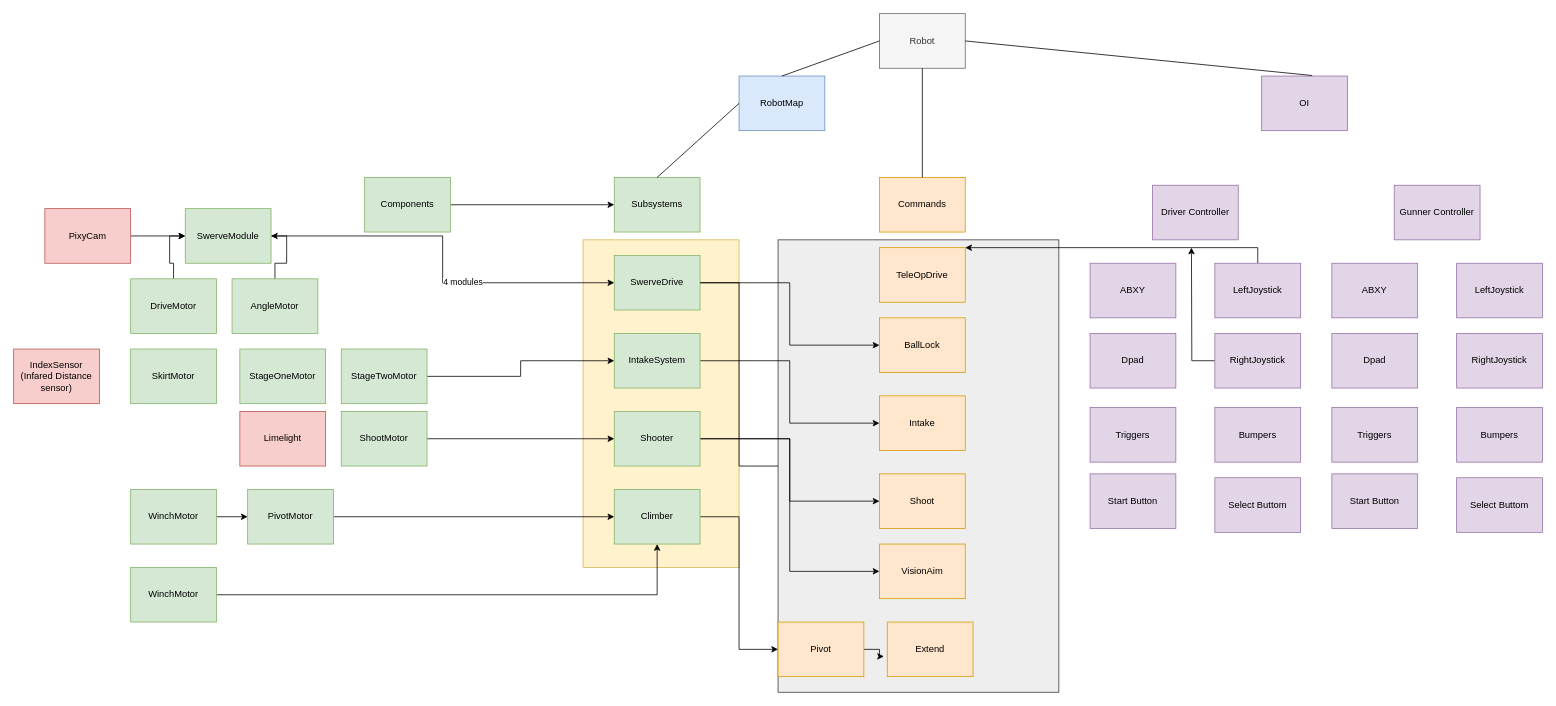
Above: 2022RapidReact/Code Diagram.drawio in FHS-Robotics/FRC-VSCode-Team5866 (draw.io), before the change. Source tidied: cells renumbered, new cells numbered last; positions are measured from the earlier drawing's top-left corner, leaving out a move shared by most shapes. Both pictures are drawn from the tidied source at 78%, with x=0, y=0 at pixel (13, 13).
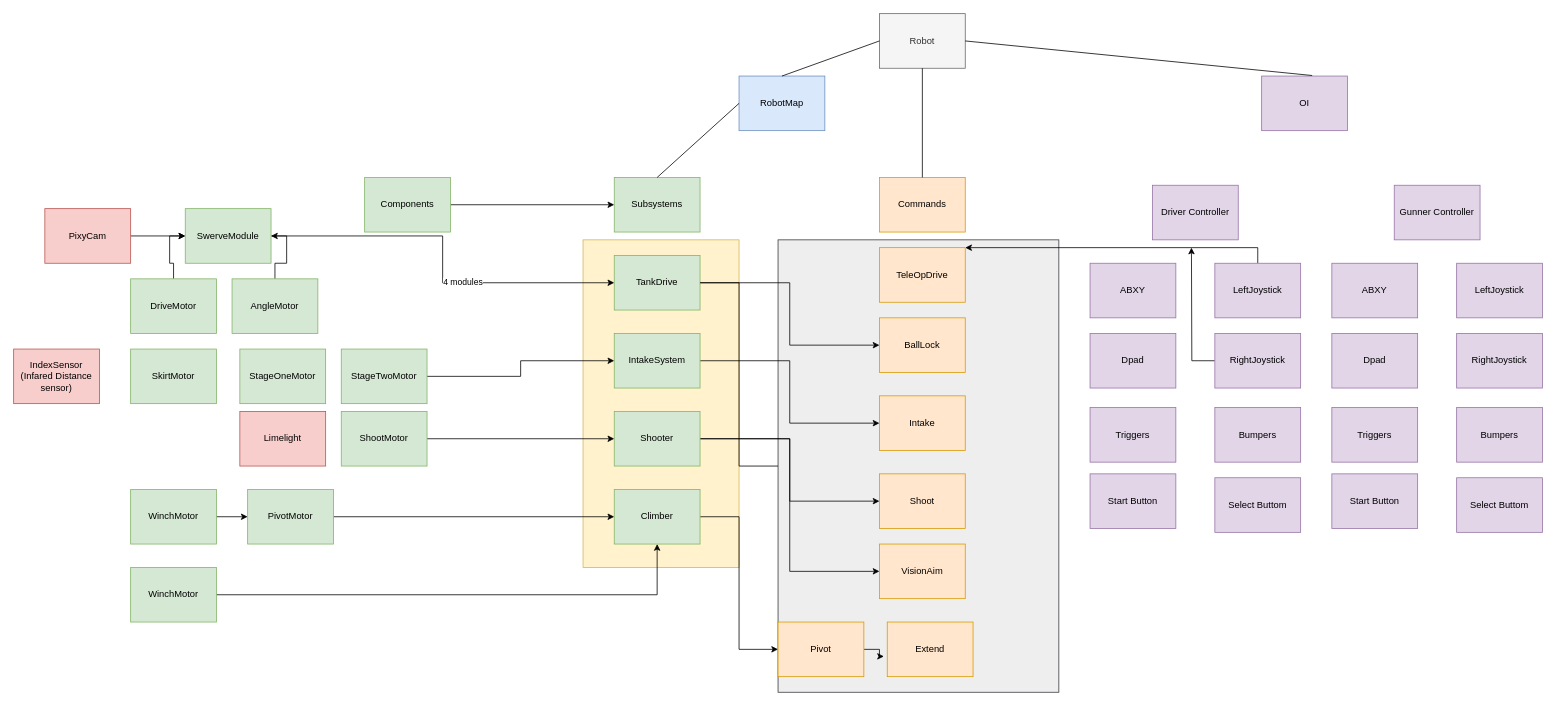
The same diagram, later.

Commit message:
Updated diagram: Changed SwerveDrive to TankDrive.

<3 TankDrive

What changed in the source:
```diff
@@
-    <mxCell id="18" value="SwerveDrive" style="rounded=0;whiteSpace=wrap;html=1;fillColor=#d5e8d4;strokeColor=#82b366;" parent="1" vertex="1">
+    <mxCell id="18" value="TankDrive" style="rounded=0;whiteSpace=wrap;html=1;fillColor=#d5e8d4;strokeColor=#82b366;" parent="1" vertex="1">
       <mxGeometry x="770" y="310" width="110" height="70" as="geometry" />
     </mxCell>
```
